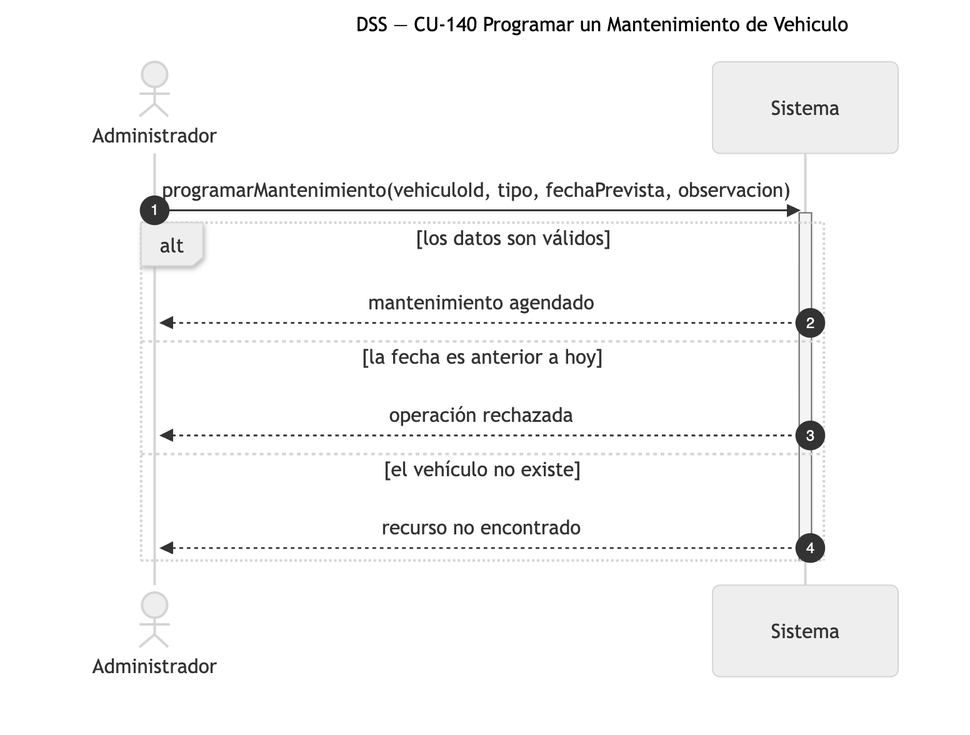
Nahuelito-Dev/splg-docs keeps this Mermaid diagram as diagramas/png/DSS_CU-140_Programar-un-Mantenimiento-de-Vehiculo.png. Above is the earlier version. Its source is kept beside it as diagramas/DSS_CU-140_Programar-un-Mantenimiento-de-Vehiculo.mmd.
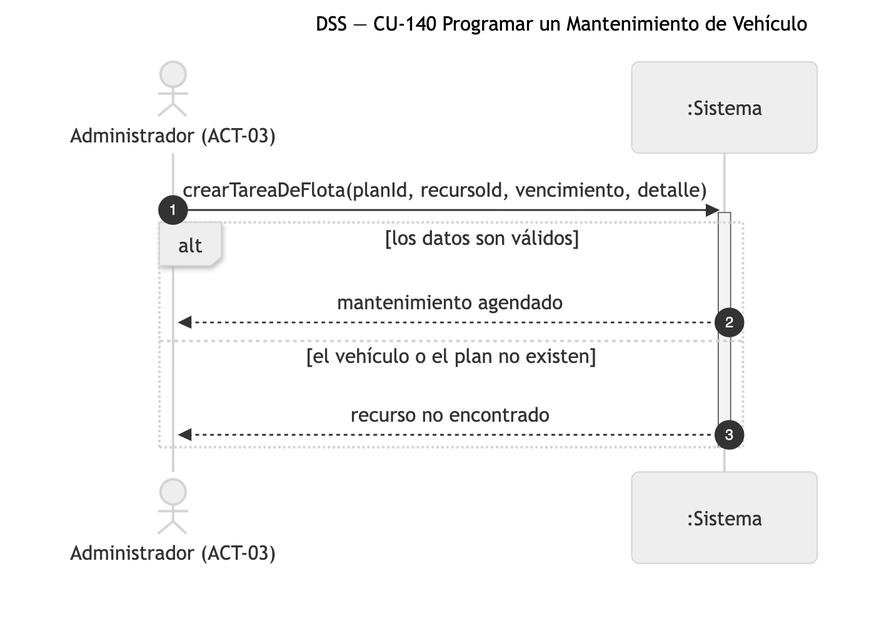
Above is the later version.

The edit, as a diff of the source:
```diff
@@ -1,16 +1,14 @@
 sequenceDiagram
-    title DSS — CU-140 Programar un Mantenimiento de Vehiculo
+    title DSS — CU-140 Programar un Mantenimiento de Vehículo
     autonumber
-    actor ADM as Administrador
-    participant SIS as Sistema
+    actor ADM as Administrador (ACT-03)
+    participant SIS as :Sistema
 
-    ADM->>SIS: programarMantenimiento(vehiculoId, tipo, fechaPrevista, observacion)
+    ADM->>SIS: crearTareaDeFlota(planId, recursoId, vencimiento, detalle)
     activate SIS
     alt los datos son válidos
         SIS-->>ADM: mantenimiento agendado
-    else la fecha es anterior a hoy
-        SIS-->>ADM: operación rechazada
-    else el vehículo no existe
+    else el vehículo o el plan no existen
         SIS-->>ADM: recurso no encontrado
     end
     deactivate SIS
```
